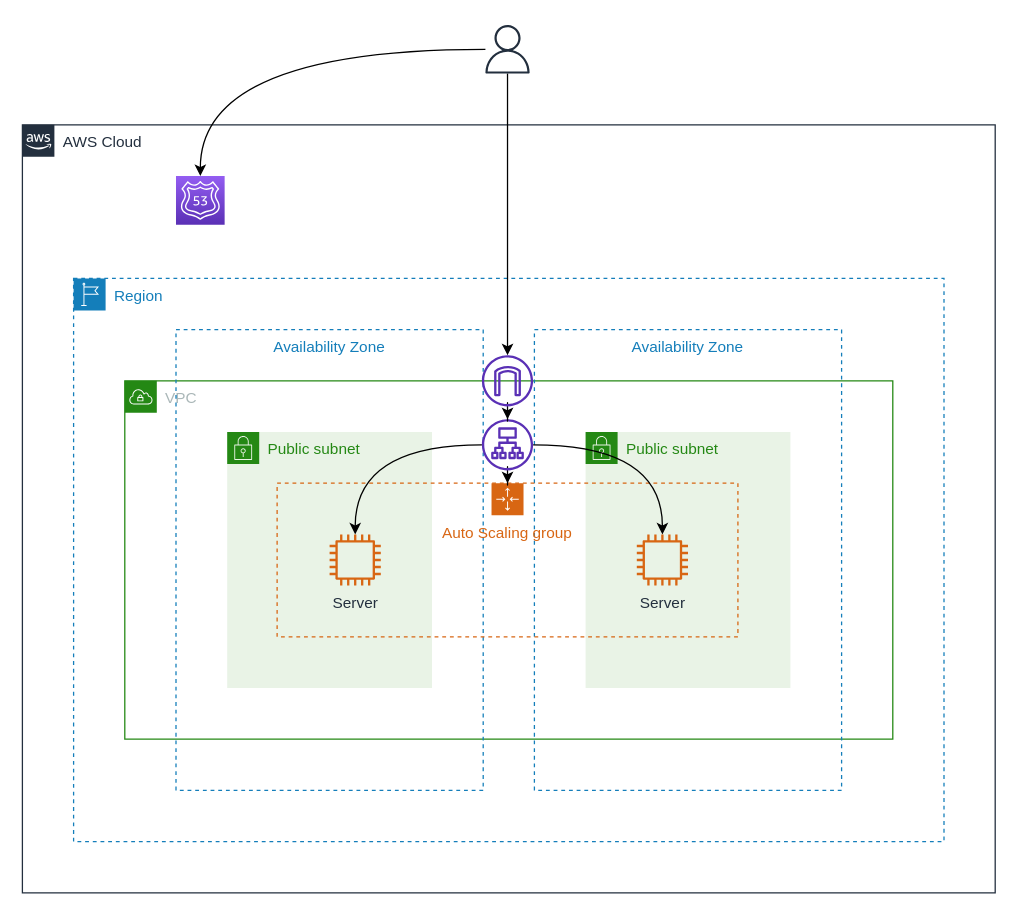
Before: workshop/static/BasicASG-with-user.drawio in aws-samples/aws-fault-injection-simulator-workshop, a draw.io diagram. Source tidied: cells renumbered, new cells numbered last; positions are measured from the earlier drawing's top-left corner, leaving out a move shared by most shapes. Both pictures are drawn from the tidied source at 128%, with x=0, y=0 at pixel (22, 24).
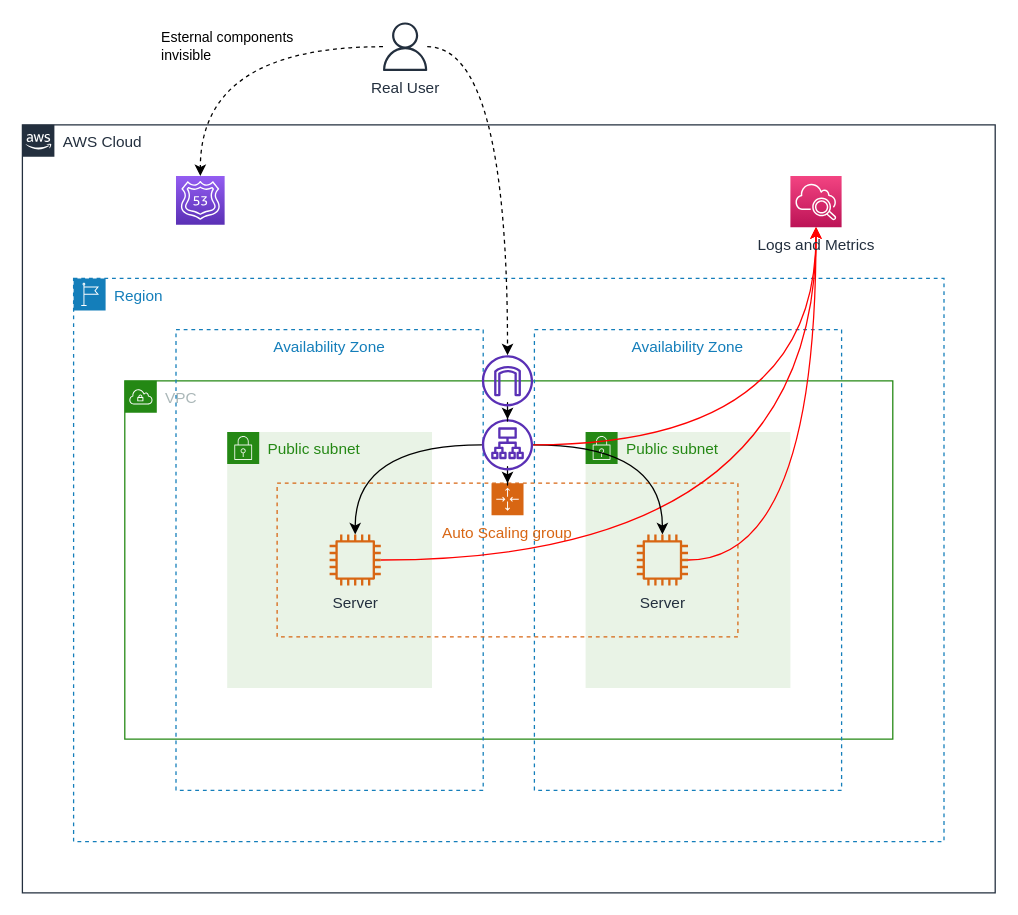
Above is the later version.

Commit message (it also covers changes not shown here):
Update synthetics architecture diagrams

The change refers to these unchanged cells:
```xml
<mxCell id="10" value="Server" style="outlineConnect=0;fontColor=#232F3E;gradientColor=none;fillColor=#D86613;strokeColor=none;dashed=0;verticalLabelPosition=bottom;verticalAlign=top;align=center;html=1;fontSize=12;fontStyle=0;shape=mxgraph.aws4.instance2;" parent="1" vertex="1">
  <mxGeometry x="240" y="398" width="40" height="40" as="geometry" />
</mxCell>
<mxCell id="11" value="Server" style="outlineConnect=0;fontColor=#232F3E;gradientColor=none;fillColor=#D86613;strokeColor=none;dashed=0;verticalLabelPosition=bottom;verticalAlign=top;align=center;html=1;fontSize=12;fontStyle=0;shape=mxgraph.aws4.instance2;" parent="1" vertex="1">
  <mxGeometry x="480" y="398" width="40" height="40" as="geometry" />
</mxCell>
<mxCell id="15" style="outlineConnect=0;fontColor=#232F3E;gradientColor=none;fillColor=#5A30B5;strokeColor=none;dashed=0;verticalLabelPosition=bottom;verticalAlign=top;align=center;html=1;fontSize=12;fontStyle=0;shape=mxgraph.aws4.application_load_balancer;" parent="1" vertex="1">
  <mxGeometry x="359" y="308" width="40" height="40" as="geometry" />
</mxCell>
<mxCell id="17" style="outlineConnect=0;fontColor=#232F3E;gradientColor=none;fillColor=#5A30B5;strokeColor=none;dashed=0;verticalLabelPosition=bottom;verticalAlign=top;align=center;html=1;fontSize=12;fontStyle=0;shape=mxgraph.aws4.internet_gateway;" parent="1" vertex="1">
  <mxGeometry x="359" y="258" width="40" height="40" as="geometry" />
</mxCell>
<mxCell id="21" style="points=[[0,0,0],[0.25,0,0],[0.5,0,0],[0.75,0,0],[1,0,0],[0,1,0],[0.25,1,0],[0.5,1,0],[0.75,1,0],[1,1,0],[0,0.25,0],[0,0.5,0],[0,0.75,0],[1,0.25,0],[1,0.5,0],[1,0.75,0]];outlineConnect=0;fontColor=#232F3E;gradientColor=#945DF2;gradientDirection=north;fillColor=#5A30B5;strokeColor=#ffffff;dashed=0;verticalLabelPosition=bottom;verticalAlign=top;align=center;html=1;fontSize=12;fontStyle=0;shape=mxgraph.aws4.resourceIcon;resIcon=mxgraph.aws4.route_53;" parent="1" vertex="1">
  <mxGeometry x="120" y="118" width="38" height="38" as="geometry" />
</mxCell>
```

What changed in the source:
```diff
@@
+    <mxCell id="22" style="edgeStyle=orthogonalEdgeStyle;curved=1;rounded=0;jettySize=auto;html=1;entryX=0.5;entryY=1;entryDx=0;entryDy=0;entryPerimeter=0;strokeColor=#FF0000;" parent="1" edge="1" source="10" target="25">
+      <mxGeometry relative="1" as="geometry" />
+    </mxCell>
@@
+    <mxCell id="23" style="edgeStyle=orthogonalEdgeStyle;curved=1;rounded=0;jettySize=auto;html=1;entryX=0.5;entryY=1;entryDx=0;entryDy=0;entryPerimeter=0;strokeColor=#FF0000;" parent="1" edge="1" source="11" target="25">
+      <mxGeometry relative="1" as="geometry" />
+    </mxCell>
@@
+    <mxCell id="24" style="edgeStyle=orthogonalEdgeStyle;curved=1;rounded=0;jettySize=auto;html=1;strokeColor=#FF0000;" parent="1" edge="1" source="15" target="25">
+      <mxGeometry relative="1" as="geometry" />
+    </mxCell>
@@
-    <mxCell id="18" style="edgeStyle=orthogonalEdgeStyle;curved=1;rounded=0;jettySize=auto;html=1;" parent="1" edge="1" source="20" target="17">
+    <mxCell id="18" style="edgeStyle=orthogonalEdgeStyle;curved=1;rounded=0;jettySize=auto;html=1;dashed=1;" parent="1" edge="1" source="20" target="17">
       <mxGeometry relative="1" as="geometry" />
     </mxCell>
-    <mxCell id="19" style="edgeStyle=orthogonalEdgeStyle;curved=1;rounded=0;jettySize=auto;html=1;" parent="1" edge="1" source="20" target="21">
+    <mxCell id="19" value="Esternal components&lt;br&gt;&lt;div style=&quot;text-align: left&quot;&gt;invisible&lt;/div&gt;" style="edgeStyle=orthogonalEdgeStyle;curved=1;rounded=0;jettySize=auto;html=1;dashed=1;labelBackgroundColor=none;" parent="1" edge="1" source="20" target="21">
       <mxGeometry relative="1" as="geometry" />
     </mxCell>
-    <mxCell id="20" style="outlineConnect=0;fontColor=#232F3E;gradientColor=none;fillColor=#232F3E;strokeColor=none;dashed=0;verticalLabelPosition=bottom;verticalAlign=top;align=center;html=1;fontSize=12;fontStyle=0;shape=mxgraph.aws4.user;" parent="1" vertex="1">
-      <mxGeometry x="360" width="38" height="38" as="geometry" />
+    <mxCell id="20" value="Real User" style="outlineConnect=0;fontColor=#232F3E;gradientColor=none;fillColor=#232F3E;strokeColor=none;dashed=0;verticalLabelPosition=bottom;verticalAlign=top;align=center;html=1;fontSize=12;fontStyle=0;shape=mxgraph.aws4.user;" parent="1" vertex="1">
+      <mxGeometry x="280" y="-2" width="38" height="38" as="geometry" />
     </mxCell>
@@
+    <mxCell id="25" value="Logs and Metrics" style="points=[[0,0,0],[0.25,0,0],[0.5,0,0],[0.75,0,0],[1,0,0],[0,1,0],[0.25,1,0],[0.5,1,0],[0.75,1,0],[1,1,0],[0,0.25,0],[0,0.5,0],[0,0.75,0],[1,0.25,0],[1,0.5,0],[1,0.75,0]];points=[[0,0,0],[0.25,0,0],[0.5,0,0],[0.75,0,0],[1,0,0],[0,1,0],[0.25,1,0],[0.5,1,0],[0.75,1,0],[1,1,0],[0,0.25,0],[0,0.5,0],[0,0.75,0],[1,0.25,0],[1,0.5,0],[1,0.75,0]];outlineConnect=0;fontColor=#232F3E;gradientColor=#F34482;gradientDirection=north;fillColor=#BC1356;strokeColor=#ffffff;dashed=0;verticalLabelPosition=bottom;verticalAlign=top;align=center;html=1;fontSize=12;fontStyle=0;shape=mxgraph.aws4.resourceIcon;resIcon=mxgraph.aws4.cloudwatch_2;" parent="1" vertex="1">
+      <mxGeometry x="600" y="118" width="40" height="40" as="geometry" />
+    </mxCell>
```
